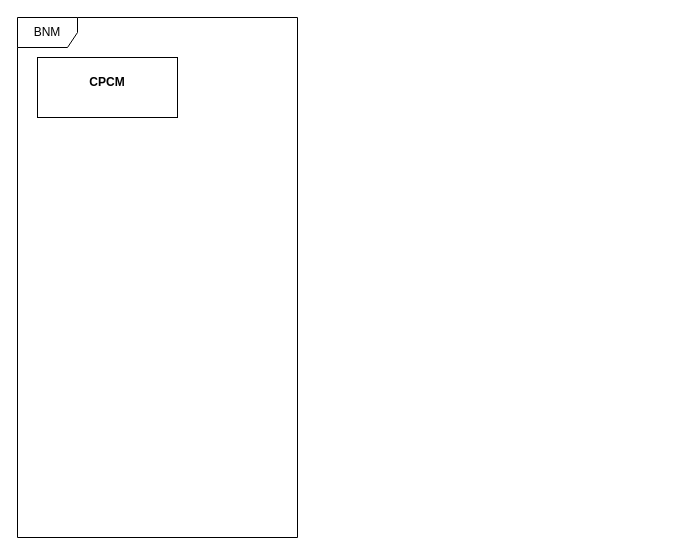
This is page "第 2 页" (2 of 2) of 未命名绘图.drawio from johnseetoh25/draw.io_Gallery, a draw.io file, before an edit. Source tidied: cells renumbered, new cells numbered last; positions are measured from the earlier drawing's top-left corner, leaving out a move shared by most shapes. Both pictures are drawn from the tidied source at 100%, with x=0, y=0 at pixel (17, 17).
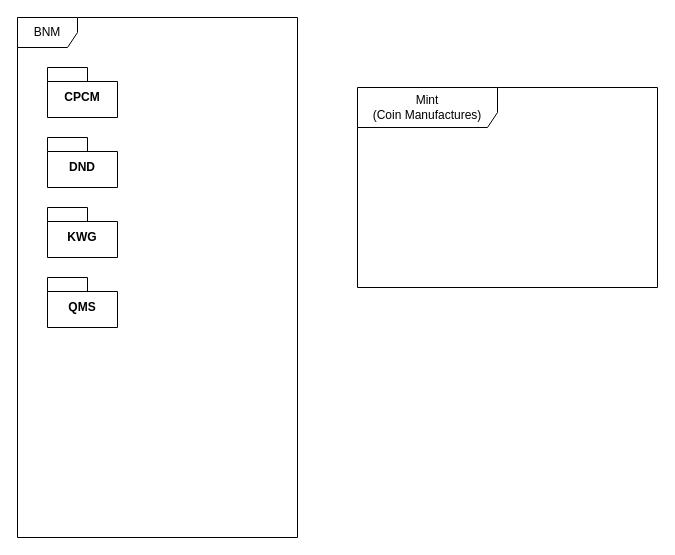
The same diagram, later.

Commit message:
更新未命名绘图.drawio

Diff of the diagram source:
```diff
@@
 <mxGraphModel>
   <root>
     <mxCell id="0" />
     <mxCell id="1" parent="0" />
     <mxCell id="2" value="BNM" style="shape=umlFrame;whiteSpace=wrap;html=1;" parent="1" vertex="1">
       <mxGeometry width="280" height="520" as="geometry" />
     </mxCell>
-    <mxCell id="3" value="&lt;p style=&quot;margin:0px;margin-top:4px;text-align:center;&quot;&gt;&lt;br&gt;&lt;b&gt;CPCM&lt;/b&gt;&lt;/p&gt;" style="verticalAlign=top;align=left;overflow=fill;html=1;whiteSpace=wrap;" parent="1" vertex="1">
-      <mxGeometry x="20" y="40" width="140" height="60" as="geometry" />
+    <mxCell id="3" value="CPCM" style="shape=folder;fontStyle=1;spacingTop=10;tabWidth=40;tabHeight=14;tabPosition=left;html=1;whiteSpace=wrap;" parent="1" vertex="1">
+      <mxGeometry x="30" y="50" width="70" height="50" as="geometry" />
     </mxCell>
+    <mxCell id="4" value="DND" style="shape=folder;fontStyle=1;spacingTop=10;tabWidth=40;tabHeight=14;tabPosition=left;html=1;whiteSpace=wrap;" parent="1" vertex="1">
+      <mxGeometry x="30" y="120" width="70" height="50" as="geometry" />
+    </mxCell>
+    <mxCell id="5" value="KWG" style="shape=folder;fontStyle=1;spacingTop=10;tabWidth=40;tabHeight=14;tabPosition=left;html=1;whiteSpace=wrap;" parent="1" vertex="1">
+      <mxGeometry x="30" y="190" width="70" height="50" as="geometry" />
+    </mxCell>
+    <mxCell id="6" value="QMS" style="shape=folder;fontStyle=1;spacingTop=10;tabWidth=40;tabHeight=14;tabPosition=left;html=1;whiteSpace=wrap;" parent="1" vertex="1">
+      <mxGeometry x="30" y="260" width="70" height="50" as="geometry" />
+    </mxCell>
+    <mxCell id="7" value="Mint &lt;br&gt;(Coin Manufactures)" style="shape=umlFrame;whiteSpace=wrap;html=1;width=140;height=40;" parent="1" vertex="1">
+      <mxGeometry x="340" y="70" width="300" height="200" as="geometry" />
+    </mxCell>
   </root>
 </mxGraphModel>
```
